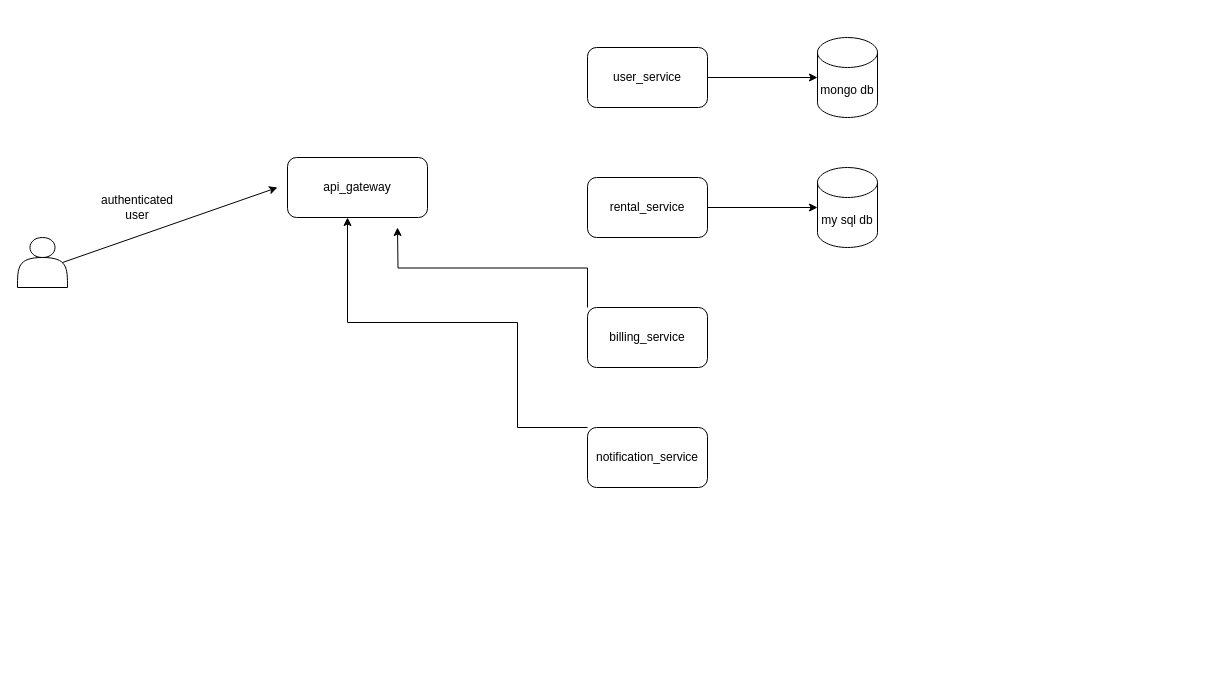
This is page "Car-Rental-Service" (1 of 2) of car-rental.io.drawio from devBhaskar98/project-nodejs-ng-car-rental-app, a draw.io file, before an edit. Source tidied: cells renumbered, new cells numbered last; positions are measured from the earlier drawing's top-left corner, leaving out a move shared by most shapes. Both pictures are drawn from the tidied source at 100%, with x=0, y=0 at pixel (17, 37).
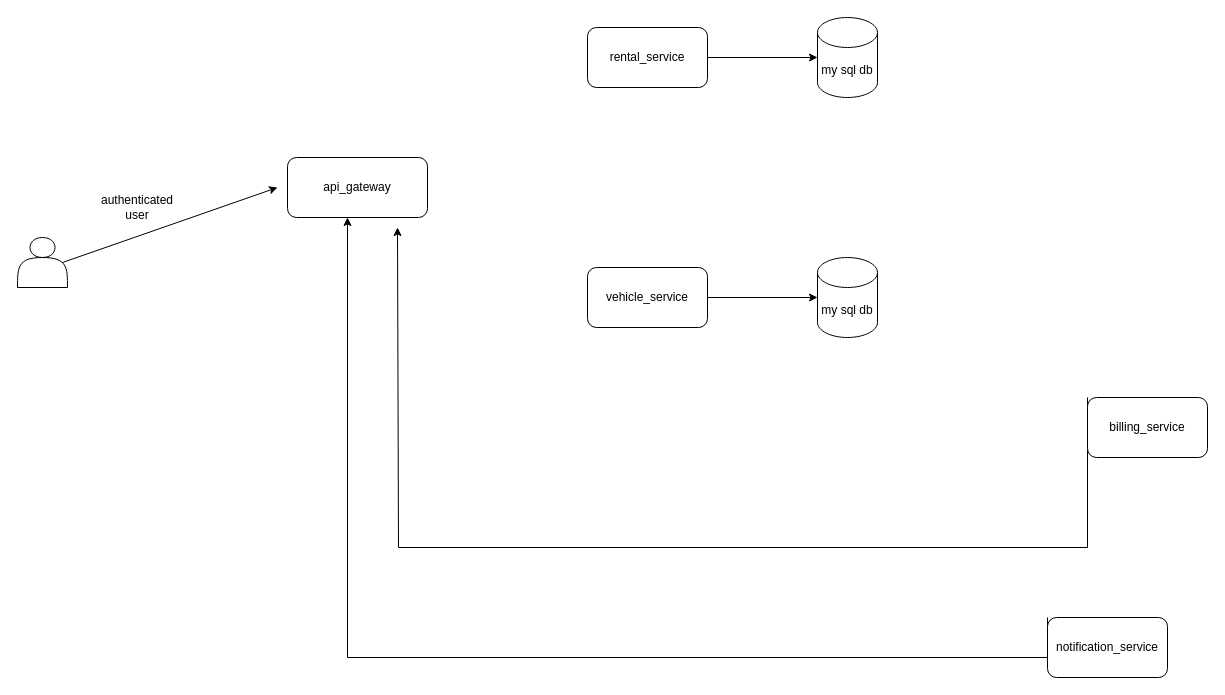
After the change.

Unchanged cells that the change refers to:
```xml
<mxCell id="10" value="api_gateway" style="rounded=1;whiteSpace=wrap;html=1;" parent="1" vertex="1">
  <mxGeometry x="270" y="120" width="140" height="60" as="geometry" />
</mxCell>
```

Change to the diagram source:
```diff
@@
-    <mxCell id="2" style="edgeStyle=orthogonalEdgeStyle;rounded=0;jettySize=auto;html=1;" parent="1" edge="1" source="3" target="14">
-      <mxGeometry relative="1" as="geometry" />
+    <mxCell id="2" style="edgeStyle=orthogonalEdgeStyle;rounded=0;orthogonalLoop=1;jettySize=auto;html=1;" parent="1" edge="1">
+      <mxGeometry relative="1" as="geometry">
+        <mxPoint x="690" y="140" as="sourcePoint" />
+      </mxGeometry>
     </mxCell>
-    <mxCell id="3" value="user_service" style="rounded=1;whiteSpace=wrap;html=1;" parent="1" vertex="1">
-      <mxGeometry x="570" y="10" width="120" height="60" as="geometry" />
-    </mxCell>
@@
     <mxCell id="5" value="rental_service" style="rounded=1;whiteSpace=wrap;html=1;" parent="1" vertex="1">
-      <mxGeometry x="570" y="140" width="120" height="60" as="geometry" />
+      <mxGeometry x="570" y="-10" width="120" height="60" as="geometry" />
     </mxCell>
     <mxCell id="6" style="edgeStyle=orthogonalEdgeStyle;rounded=0;jettySize=auto;html=1;exitX=0;exitY=0;exitDx=0;exitDy=0;" parent="1" edge="1" source="7">
       <mxGeometry relative="1" as="geometry">
         <mxPoint x="380" y="190" as="targetPoint" />
+        <Array as="points">
+          <mxPoint x="1070" y="510" />
+          <mxPoint x="381" y="510" />
+        </Array>
       </mxGeometry>
     </mxCell>
     <mxCell id="7" value="billing_service" style="rounded=1;whiteSpace=wrap;html=1;" parent="1" vertex="1">
-      <mxGeometry x="570" y="270" width="120" height="60" as="geometry" />
+      <mxGeometry x="1070" y="360" width="120" height="60" as="geometry" />
     </mxCell>
     <mxCell id="8" style="edgeStyle=orthogonalEdgeStyle;rounded=0;jettySize=auto;html=1;exitX=0;exitY=0;exitDx=0;exitDy=0;" parent="1" edge="1" source="9" target="10">
       <mxGeometry relative="1" as="geometry">
         <Array as="points">
-          <mxPoint x="500" y="390" />
-          <mxPoint x="500" y="285" />
-          <mxPoint x="330" y="285" />
+          <mxPoint x="1030" y="620" />
+          <mxPoint x="330" y="620" />
         </Array>
       </mxGeometry>
     </mxCell>
     <mxCell id="9" value="notification_service" style="rounded=1;whiteSpace=wrap;html=1;" parent="1" vertex="1">
-      <mxGeometry x="570" y="390" width="120" height="60" as="geometry" />
+      <mxGeometry x="1030" y="580" width="120" height="60" as="geometry" />
     </mxCell>
@@
-    <mxCell id="14" value="mongo db" style="shape=cylinder3;whiteSpace=wrap;html=1;boundedLbl=1;backgroundOutline=1;size=15;" parent="1" vertex="1">
-      <mxGeometry x="800" width="60" height="80" as="geometry" />
-    </mxCell>
     <mxCell id="15" value="my sql db" style="shape=cylinder3;whiteSpace=wrap;html=1;boundedLbl=1;backgroundOutline=1;size=15;" parent="1" vertex="1">
-      <mxGeometry x="800" y="130" width="60" height="80" as="geometry" />
+      <mxGeometry x="800" y="-20" width="60" height="80" as="geometry" />
     </mxCell>
+    <mxCell id="16" style="edgeStyle=orthogonalEdgeStyle;rounded=0;jettySize=auto;html=1;" parent="1" edge="1" source="17" target="18">
+      <mxGeometry relative="1" as="geometry" />
+    </mxCell>
+    <mxCell id="17" value="vehicle_service" style="rounded=1;whiteSpace=wrap;html=1;" parent="1" vertex="1">
+      <mxGeometry x="570" y="230" width="120" height="60" as="geometry" />
+    </mxCell>
+    <mxCell id="18" value="my sql db" style="shape=cylinder3;whiteSpace=wrap;html=1;boundedLbl=1;backgroundOutline=1;size=15;" parent="1" vertex="1">
+      <mxGeometry x="800" y="220" width="60" height="80" as="geometry" />
+    </mxCell>
```
